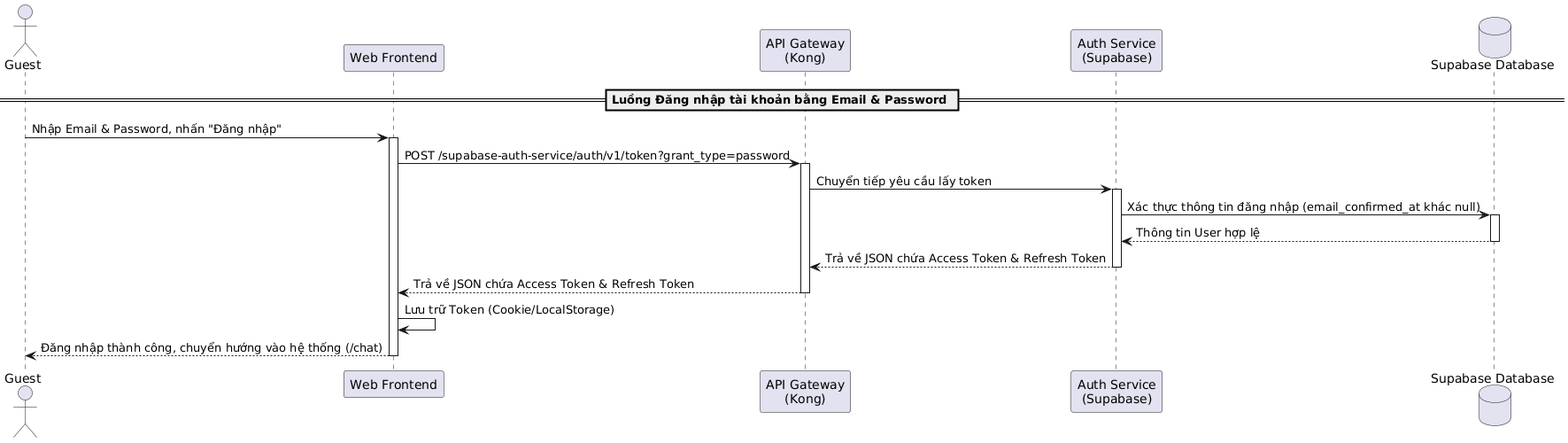
Before: latex/contents/Sequence/UML-Sequence-06.png, a diagram exported from PlantUML (20206205Tech/docs-latex). Source of this version:
```plantuml
@startuml
actor "Guest" as Guest
participant "Web Frontend" as Frontend
participant "API Gateway\n(Kong)" as Kong
participant "Auth Service\n(Supabase)" as AuthService
database "Supabase Database" as DB

== Luồng Đăng nhập tài khoản bằng Email & Password ==
Guest -> Frontend: Nhập Email & Password, nhấn "Đăng nhập"
activate Frontend

Frontend -> Kong: POST /supabase-auth-service/auth/v1/token?grant_type=password
activate Kong
Kong -> AuthService: Chuyển tiếp yêu cầu lấy token
activate AuthService

AuthService -> DB: Xác thực thông tin đăng nhập (email_confirmed_at khác null)
activate DB
DB --> AuthService: Thông tin User hợp lệ
deactivate DB

AuthService --> Kong: Trả về JSON chứa Access Token & Refresh Token
deactivate AuthService
Kong --> Frontend: Trả về JSON chứa Access Token & Refresh Token
deactivate Kong

Frontend -> Frontend: Lưu trữ Token (Cookie/LocalStorage)
Frontend --> Guest: Đăng nhập thành công, chuyển hướng vào hệ thống (/chat)
deactivate Frontend
@enduml
```
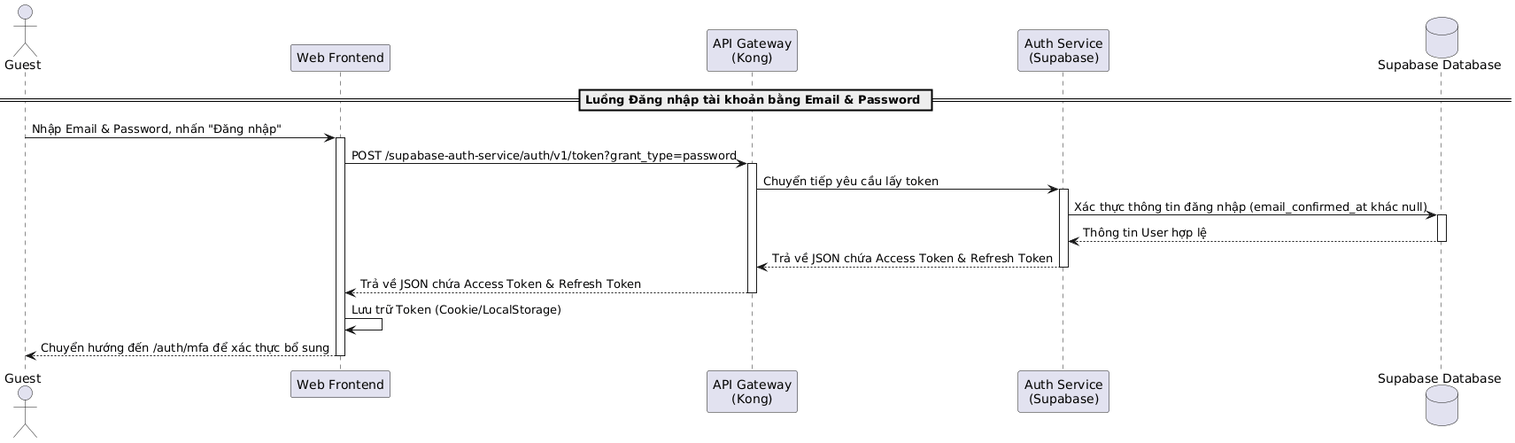
After the change.

Change to the diagram source:
```diff
@@ -25,6 +25,6 @@
 deactivate Kong
 
 Frontend -> Frontend: Lưu trữ Token (Cookie/LocalStorage)
-Frontend --> Guest: Đăng nhập thành công, chuyển hướng vào hệ thống (/chat)
+Frontend --> Guest: Chuyển hướng đến /auth/mfa để xác thực bổ sung
 deactivate Frontend
 @enduml
```
